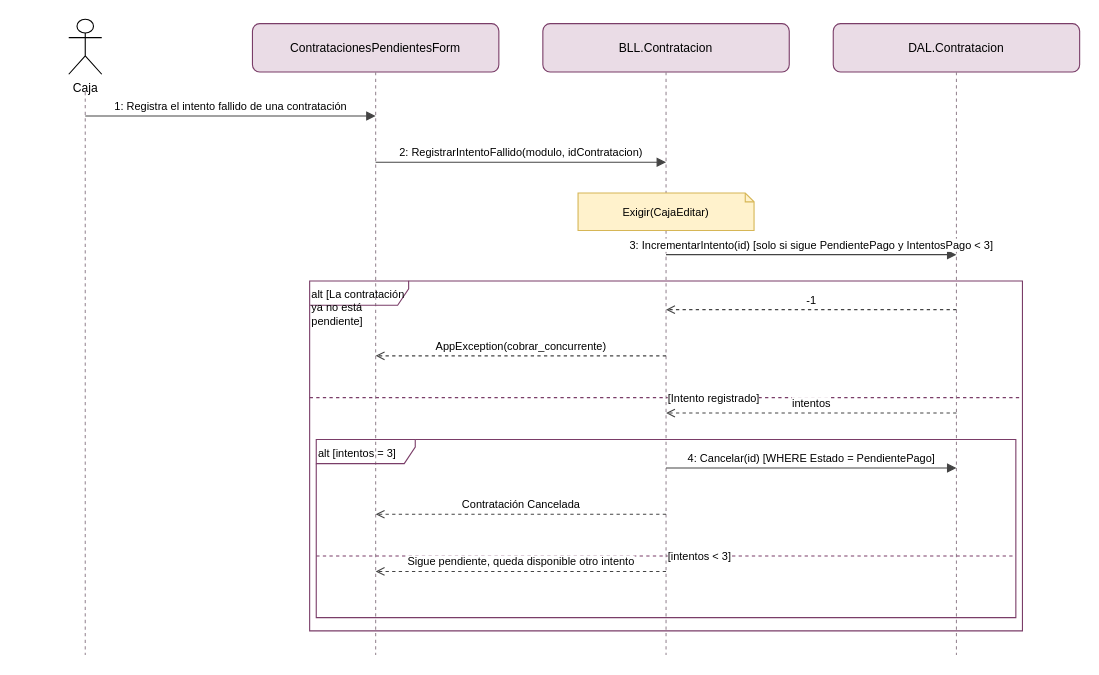
This is docs/diagramas/drawio/DSS_PN02_CU03_CAJ_CancelarContratacion.drawio from valentinamorana/Trabajo-de-Diploma, a draw.io file, before an edit. Source tidied: cells renumbered, new cells numbered last; positions are measured from the earlier drawing's top-left corner, leaving out a move shared by most shapes. Both pictures are drawn from the tidied source at 110%, with x=0, y=0 at pixel (68, 19).
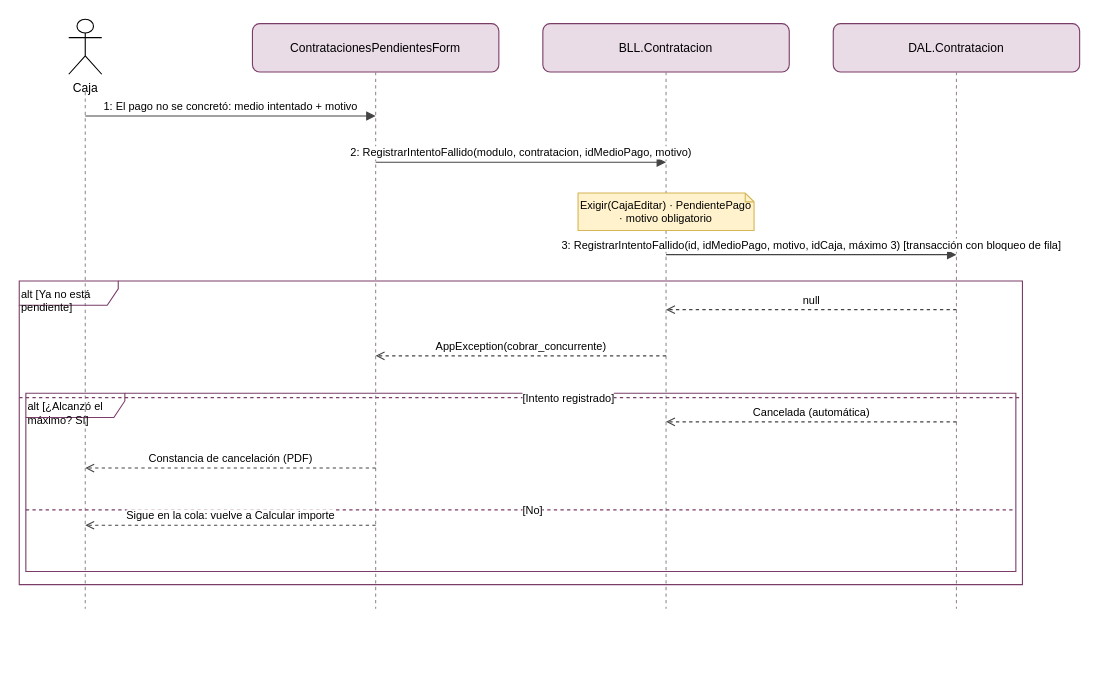
The same page after the edit.

Diff of the diagram source:
```diff
@@
     <mxCell id="3" style="endArrow=none;dashed=1;html=1;strokeColor=#9a8a96;" parent="1" edge="1">
       <mxGeometry relative="1" as="geometry">
         <mxPoint x="15" y="66" as="sourcePoint" />
-        <mxPoint x="15" y="578" as="targetPoint" />
+        <mxPoint x="15" y="536" as="targetPoint" />
       </mxGeometry>
     </mxCell>
@@
     <mxCell id="5" style="endArrow=none;dashed=1;html=1;strokeColor=#9a8a96;" parent="1" edge="1">
       <mxGeometry relative="1" as="geometry">
         <mxPoint x="279" y="48" as="sourcePoint" />
-        <mxPoint x="279" y="578" as="targetPoint" />
+        <mxPoint x="279" y="536" as="targetPoint" />
       </mxGeometry>
     </mxCell>
@@
     <mxCell id="7" style="endArrow=none;dashed=1;html=1;strokeColor=#9a8a96;" parent="1" edge="1">
       <mxGeometry relative="1" as="geometry">
         <mxPoint x="543" y="48" as="sourcePoint" />
-        <mxPoint x="543" y="578" as="targetPoint" />
+        <mxPoint x="543" y="536" as="targetPoint" />
       </mxGeometry>
     </mxCell>
@@
     <mxCell id="9" style="endArrow=none;dashed=1;html=1;strokeColor=#9a8a96;" parent="1" edge="1">
       <mxGeometry relative="1" as="geometry">
         <mxPoint x="807" y="48" as="sourcePoint" />
-        <mxPoint x="807" y="578" as="targetPoint" />
+        <mxPoint x="807" y="536" as="targetPoint" />
       </mxGeometry>
     </mxCell>
-    <mxCell id="10" value="alt [intentos = 3]" style="shape=umlFrame;whiteSpace=wrap;html=1;fillColor=none;strokeColor=#7a3d68;align=left;verticalAlign=top;fontSize=10;width=90;height=22;" parent="1" vertex="1">
-      <mxGeometry x="225" y="382" width="636" height="162" as="geometry" />
+    <mxCell id="10" value="alt [¿Alcanzó el máximo? Sí]" style="shape=umlFrame;whiteSpace=wrap;html=1;fillColor=none;strokeColor=#7a3d68;align=left;verticalAlign=top;fontSize=10;width=90;height=22;" parent="1" vertex="1">
+      <mxGeometry x="-39" y="340" width="900" height="162" as="geometry" />
     </mxCell>
-    <mxCell id="11" value="[intentos &lt; 3]" style="endArrow=none;dashed=1;html=1;fontSize=10;align=left;strokeColor=#7a3d68;" parent="1" edge="1">
+    <mxCell id="11" value="[No]" style="endArrow=none;dashed=1;html=1;fontSize=10;align=left;strokeColor=#7a3d68;" parent="1" edge="1">
       <mxGeometry relative="1" as="geometry">
-        <mxPoint x="225" y="488" as="sourcePoint" />
-        <mxPoint x="861" y="488" as="targetPoint" />
+        <mxPoint x="-39" y="446" as="sourcePoint" />
+        <mxPoint x="861" y="446" as="targetPoint" />
       </mxGeometry>
     </mxCell>
-    <mxCell id="12" value="alt [La contratación ya no está pendiente]" style="shape=umlFrame;whiteSpace=wrap;html=1;fillColor=none;strokeColor=#7a3d68;align=left;verticalAlign=top;fontSize=10;width=90;height=22;" parent="1" vertex="1">
-      <mxGeometry x="219" y="238" width="648" height="318" as="geometry" />
+    <mxCell id="12" value="alt [Ya no está pendiente]" style="shape=umlFrame;whiteSpace=wrap;html=1;fillColor=none;strokeColor=#7a3d68;align=left;verticalAlign=top;fontSize=10;width=90;height=22;" parent="1" vertex="1">
+      <mxGeometry x="-45" y="238" width="912" height="276" as="geometry" />
     </mxCell>
     <mxCell id="13" value="[Intento registrado]" style="endArrow=none;dashed=1;html=1;fontSize=10;align=left;strokeColor=#7a3d68;" parent="1" edge="1">
       <mxGeometry relative="1" as="geometry">
-        <mxPoint x="219" y="344" as="sourcePoint" />
+        <mxPoint x="-45" y="344" as="sourcePoint" />
         <mxPoint x="867" y="344" as="targetPoint" />
       </mxGeometry>
     </mxCell>
-    <mxCell id="14" value="Exigir(CajaEditar)" style="shape=note;whiteSpace=wrap;html=1;fillColor=#FFF2CC;strokeColor=#d6b656;fontSize=10;size=8;" parent="1" vertex="1">
+    <mxCell id="14" value="Exigir(CajaEditar) · PendientePago · motivo obligatorio" style="shape=note;whiteSpace=wrap;html=1;fillColor=#FFF2CC;strokeColor=#d6b656;fontSize=10;size=8;" parent="1" vertex="1">
       <mxGeometry x="463" y="158" width="160" height="34" as="geometry" />
     </mxCell>
-    <mxCell id="15" value="1: Registra el intento fallido de una contratación" style="html=1;verticalAlign=bottom;endArrow=block;endFill=1;fontSize=10;strokeColor=#444;" parent="1" edge="1">
+    <mxCell id="15" value="1: El pago no se concretó: medio intentado + motivo" style="html=1;verticalAlign=bottom;endArrow=block;endFill=1;fontSize=10;strokeColor=#444;" parent="1" edge="1">
       <mxGeometry relative="1" as="geometry">
         <mxPoint x="15" y="88" as="sourcePoint" />
         <mxPoint x="279" y="88" as="targetPoint" />
       </mxGeometry>
     </mxCell>
-    <mxCell id="16" value="2: RegistrarIntentoFallido(modulo, idContratacion)" style="html=1;verticalAlign=bottom;endArrow=block;endFill=1;fontSize=10;strokeColor=#444;" parent="1" edge="1">
+    <mxCell id="16" value="2: RegistrarIntentoFallido(modulo, contratacion, idMedioPago, motivo)" style="html=1;verticalAlign=bottom;endArrow=block;endFill=1;fontSize=10;strokeColor=#444;" parent="1" edge="1">
       <mxGeometry relative="1" as="geometry">
         <mxPoint x="279" y="130" as="sourcePoint" />
         <mxPoint x="543" y="130" as="targetPoint" />
       </mxGeometry>
     </mxCell>
-    <mxCell id="17" value="3: IncrementarIntento(id)  [solo si sigue PendientePago y IntentosPago &lt; 3]" style="html=1;verticalAlign=bottom;endArrow=block;endFill=1;fontSize=10;strokeColor=#444;" parent="1" edge="1">
+    <mxCell id="17" value="3: RegistrarIntentoFallido(id, idMedioPago, motivo, idCaja, máximo 3)  [transacción con bloqueo de fila]" style="html=1;verticalAlign=bottom;endArrow=block;endFill=1;fontSize=10;strokeColor=#444;" parent="1" edge="1">
       <mxGeometry relative="1" as="geometry">
         <mxPoint x="543" y="214" as="sourcePoint" />
         <mxPoint x="807" y="214" as="targetPoint" />
       </mxGeometry>
     </mxCell>
-    <mxCell id="18" value="-1" style="html=1;verticalAlign=bottom;endArrow=open;endFill=0;dashed=1;fontSize=10;strokeColor=#444;" parent="1" edge="1">
+    <mxCell id="18" value="null" style="html=1;verticalAlign=bottom;endArrow=open;endFill=0;dashed=1;fontSize=10;strokeColor=#444;" parent="1" edge="1">
       <mxGeometry relative="1" as="geometry">
         <mxPoint x="807" y="264" as="sourcePoint" />
         <mxPoint x="543" y="264" as="targetPoint" />
       </mxGeometry>
     </mxCell>
@@
-    <mxCell id="20" value="intentos" style="html=1;verticalAlign=bottom;endArrow=open;endFill=0;dashed=1;fontSize=10;strokeColor=#444;" parent="1" edge="1">
+    <mxCell id="20" value="Cancelada (automática)" style="html=1;verticalAlign=bottom;endArrow=open;endFill=0;dashed=1;fontSize=10;strokeColor=#444;" parent="1" edge="1">
       <mxGeometry relative="1" as="geometry">
-        <mxPoint x="807" y="358" as="sourcePoint" />
-        <mxPoint x="543" y="358" as="targetPoint" />
+        <mxPoint x="807" y="366" as="sourcePoint" />
+        <mxPoint x="543" y="366" as="targetPoint" />
       </mxGeometry>
     </mxCell>
-    <mxCell id="21" value="4: Cancelar(id)  [WHERE Estado = PendientePago]" style="html=1;verticalAlign=bottom;endArrow=block;endFill=1;fontSize=10;strokeColor=#444;" parent="1" edge="1">
+    <mxCell id="21" value="Constancia de cancelación (PDF)" style="html=1;verticalAlign=bottom;endArrow=open;endFill=0;dashed=1;fontSize=10;strokeColor=#444;" parent="1" edge="1">
       <mxGeometry relative="1" as="geometry">
-        <mxPoint x="543" y="408" as="sourcePoint" />
-        <mxPoint x="807" y="408" as="targetPoint" />
+        <mxPoint x="279" y="408" as="sourcePoint" />
+        <mxPoint x="15" y="408" as="targetPoint" />
       </mxGeometry>
     </mxCell>
-    <mxCell id="22" value="Contratación Cancelada" style="html=1;verticalAlign=bottom;endArrow=open;endFill=0;dashed=1;fontSize=10;strokeColor=#444;" parent="1" edge="1">
+    <mxCell id="22" value="Sigue en la cola: vuelve a Calcular importe" style="html=1;verticalAlign=bottom;endArrow=open;endFill=0;dashed=1;fontSize=10;strokeColor=#444;" parent="1" edge="1">
       <mxGeometry relative="1" as="geometry">
-        <mxPoint x="543" y="450" as="sourcePoint" />
-        <mxPoint x="279" y="450" as="targetPoint" />
+        <mxPoint x="279" y="460" as="sourcePoint" />
+        <mxPoint x="15" y="460" as="targetPoint" />
       </mxGeometry>
     </mxCell>
-    <mxCell id="23" value="Sigue pendiente, queda disponible otro intento" style="html=1;verticalAlign=bottom;endArrow=open;endFill=0;dashed=1;fontSize=10;strokeColor=#444;" parent="1" edge="1">
-      <mxGeometry relative="1" as="geometry">
-        <mxPoint x="543" y="502" as="sourcePoint" />
-        <mxPoint x="279" y="502" as="targetPoint" />
-      </mxGeometry>
-    </mxCell>
```
